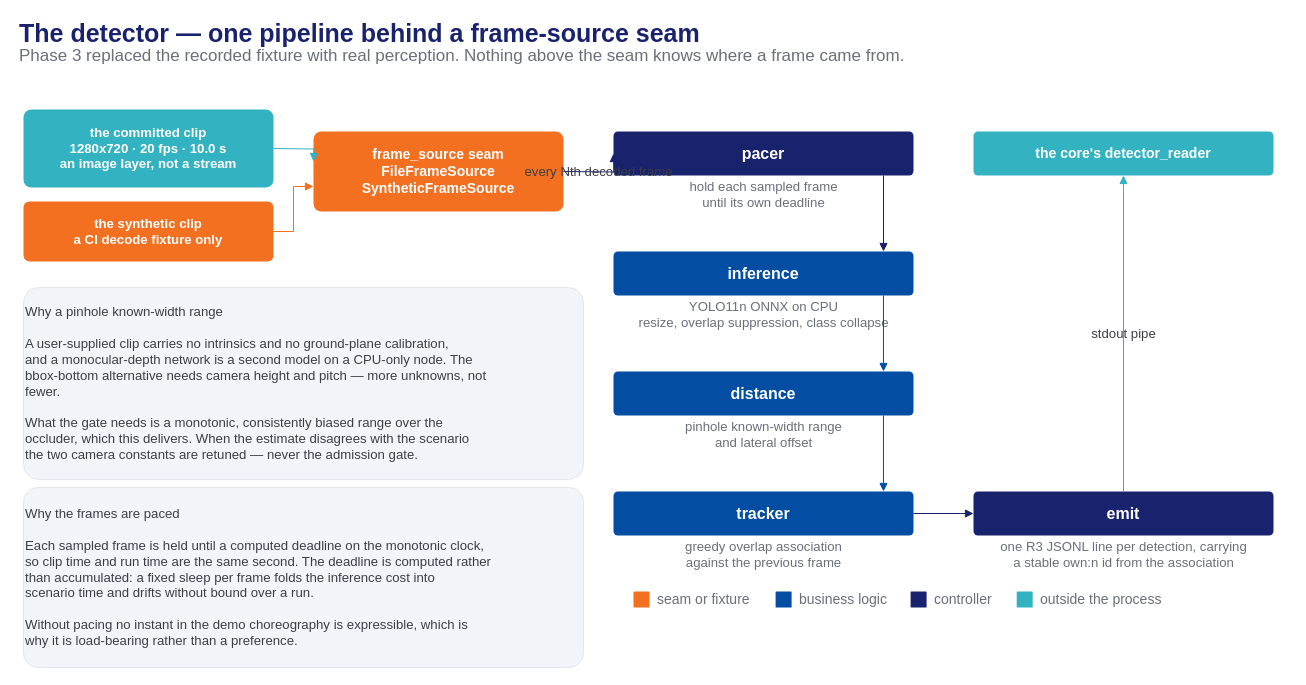
Earlier version of the draw.io diagram presentation/assets/phase2-4-ada-detector.drawio (mnpham2101/FPT-Hackathon2026). Source tidied: cells renumbered, new cells numbered last; positions are measured from the earlier drawing's top-left corner, leaving out a move shared by most shapes. Both pictures are drawn from the tidied source at 100%, with x=0, y=0 at pixel (17, 21).
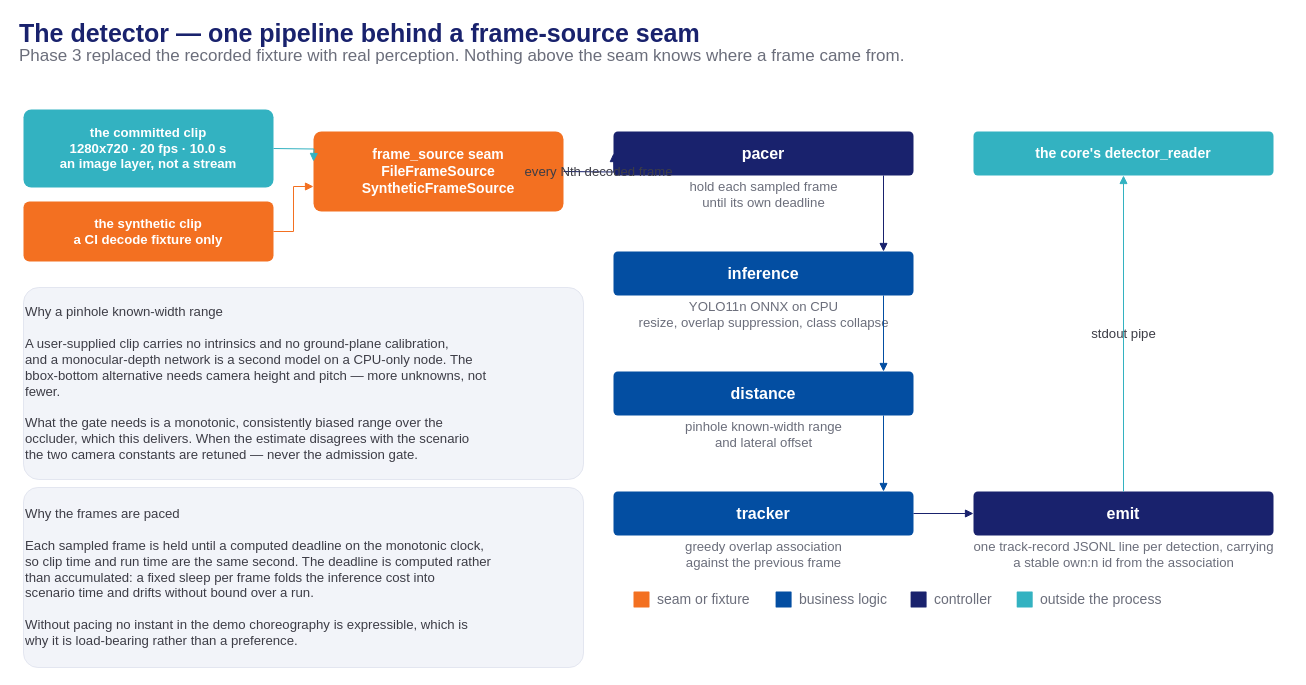
The same diagram, later.

The edit, as a diff of the source:
```diff
@@
-    <mxCell id="22" value="one R3 JSONL line per detection, carrying&#10;a stable own:n id from the association" style="text;html=1;align=center;verticalAlign=middle;fontSize=13.2;fontColor=#6b6e7b;fontStyle=0;" parent="1" vertex="1">
+    <mxCell id="22" value="one track-record JSONL line per detection, carrying&#10;a stable own:n id from the association" style="text;html=1;align=center;verticalAlign=middle;fontSize=13.2;fontColor=#6b6e7b;fontStyle=0;" parent="1" vertex="1">
       <mxGeometry x="956" y="516" width="300" height="34" as="geometry" />
     </mxCell>
```
